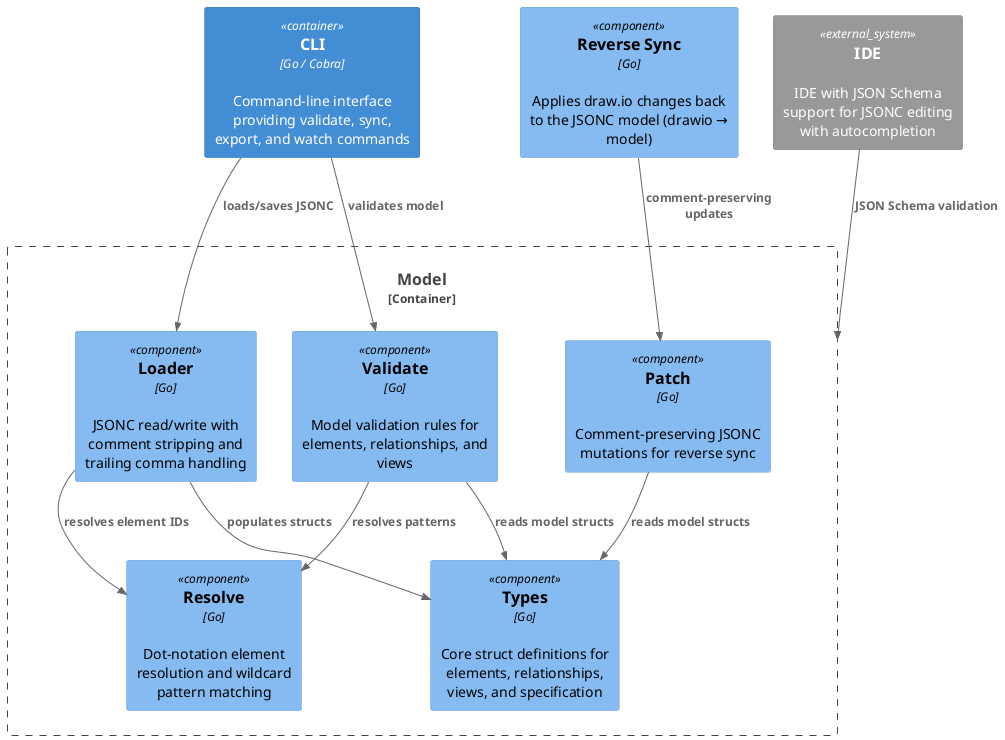
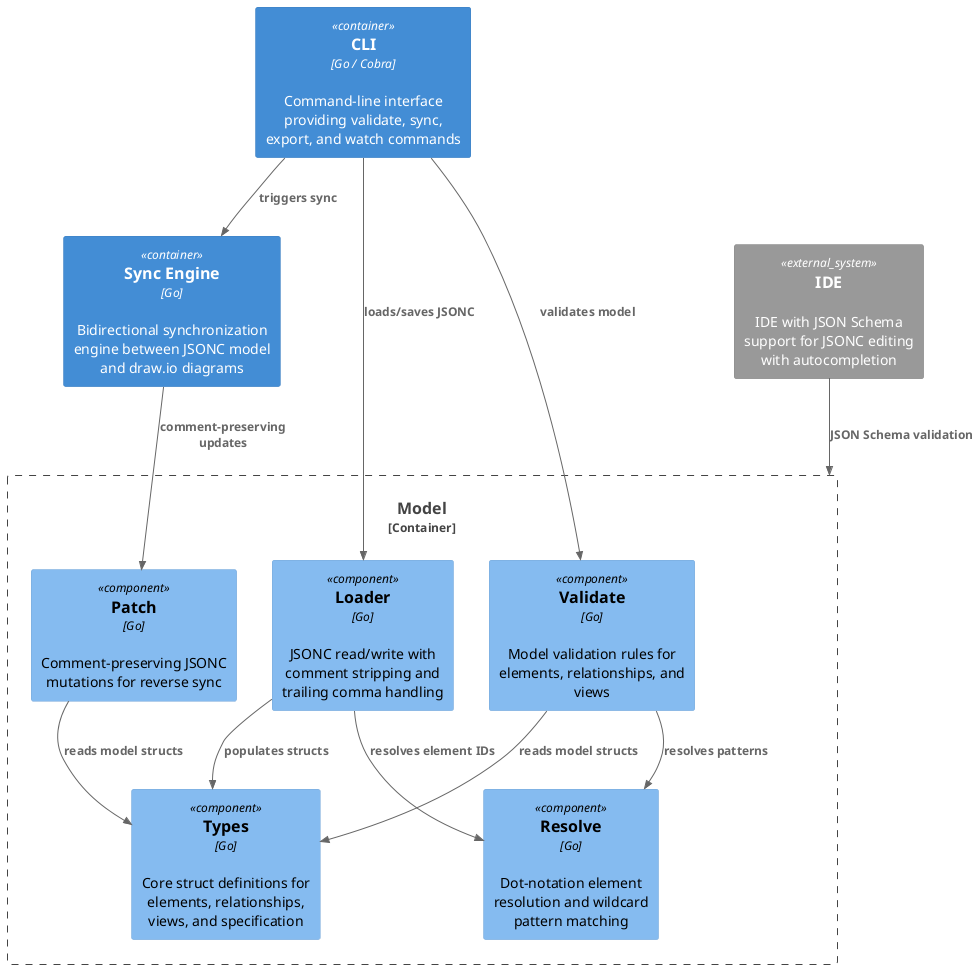
@startuml
!include <C4/C4_Component>

Container(bausteinsicht_cli, "CLI", "Go / Cobra", "Command-line interface providing validate, sync, export, and watch commands")
- Component(bausteinsicht_sync_reverse, "Reverse Sync", "Go", "Applies draw.io changes back to the JSONC model (drawio → model)")
+ Container(bausteinsicht_sync, "Sync Engine", "Go", "Bidirectional synchronization engine between JSONC model and draw.io diagrams")
System_Ext(ide, "IDE", "IDE with JSON Schema support for JSONC editing with autocompletion")
Container_Boundary(bausteinsicht_model, "Model") {
  Component(bausteinsicht_model_loader, "Loader", "Go", "JSONC read/write with comment stripping and trailing comma handling")
  Component(bausteinsicht_model_patch, "Patch", "Go", "Comment-preserving JSONC mutations for reverse sync")
  Component(bausteinsicht_model_resolve, "Resolve", "Go", "Dot-notation element resolution and wildcard pattern matching")
  Component(bausteinsicht_model_types, "Types", "Go", "Core struct definitions for elements, relationships, views, and specification")
  Component(bausteinsicht_model_validate, "Validate", "Go", "Model validation rules for elements, relationships, and views")
}

Rel(ide, bausteinsicht_model, "JSON Schema validation")
Rel(bausteinsicht_cli, bausteinsicht_model_loader, "loads/saves JSONC")
Rel(bausteinsicht_cli, bausteinsicht_model_validate, "validates model")
- Rel(bausteinsicht_sync_reverse, bausteinsicht_model_patch, "comment-preserving updates")
+ Rel(bausteinsicht_cli, bausteinsicht_sync, "triggers sync")
+ Rel(bausteinsicht_sync, bausteinsicht_model_patch, "comment-preserving updates")
Rel(bausteinsicht_model_loader, bausteinsicht_model_resolve, "resolves element IDs")
Rel(bausteinsicht_model_loader, bausteinsicht_model_types, "populates structs")
Rel(bausteinsicht_model_validate, bausteinsicht_model_types, "reads model structs")
Rel(bausteinsicht_model_validate, bausteinsicht_model_resolve, "resolves patterns")
Rel(bausteinsicht_model_patch, bausteinsicht_model_types, "reads model structs")
@enduml
